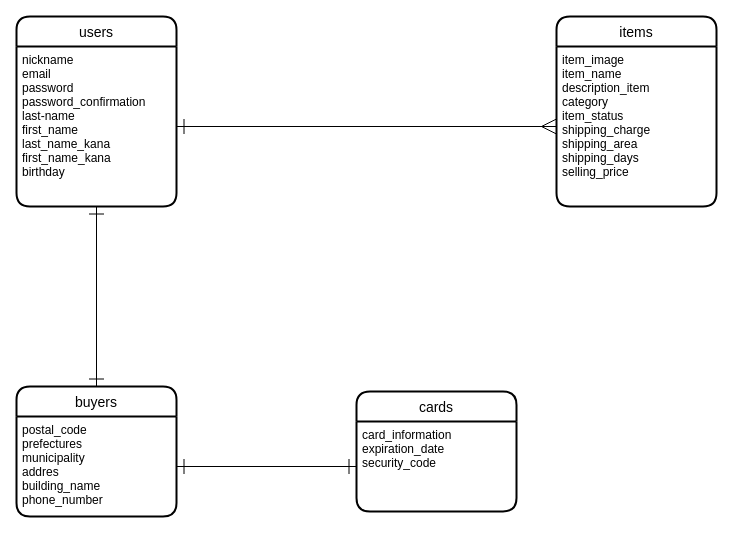
Before: furima-35215.dio in bkrcap/furima-35215, a draw.io diagram. Source tidied: cells renumbered, new cells numbered last; positions are measured from the earlier drawing's top-left corner, leaving out a move shared by most shapes. Both pictures are drawn from the tidied source at 100%, with x=0, y=0 at pixel (16, 16).
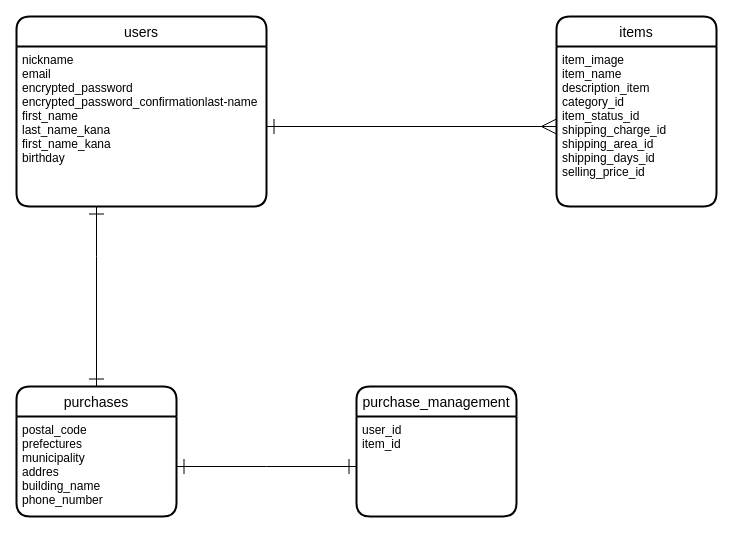
Above is the later version.

Commit message (it also covers changes not shown here):
購入管理テーブルにアソシエーション追加、及びER図に追加

Change to the diagram source:
```diff
@@
 <mxGraphModel>
   <root>
     <mxCell id="0" />
     <mxCell id="1" parent="0" />
     <mxCell id="2" value="users" style="swimlane;horizontal=1;startSize=30;rounded=1;fontSize=14;fontStyle=0;strokeWidth=2;shadow=0;dashed=0;align=center;" parent="1" vertex="1">
-      <mxGeometry width="160" height="190" as="geometry" />
+      <mxGeometry width="250" height="190" as="geometry" />
     </mxCell>
-    <mxCell id="3" value="nickname&#10;email&#10;password&#10;password_confirmation&#10;last-name&#10;first_name&#10;last_name_kana&#10;first_name_kana&#10;birthday" style="align=left;strokeColor=none;fillColor=none;spacingLeft=4;fontSize=12;verticalAlign=top;" parent="2" vertex="1">
-      <mxGeometry y="30" width="160" height="160" as="geometry" />
+    <mxCell id="3" value="nickname&#10;email&#10;encrypted_password&#10;encrypted_password_confirmationlast-name&#10;first_name&#10;last_name_kana&#10;first_name_kana&#10;birthday" style="align=left;strokeColor=none;fillColor=none;spacingLeft=4;fontSize=12;verticalAlign=top;" parent="2" vertex="1">
+      <mxGeometry y="30" width="250" height="160" as="geometry" />
     </mxCell>
     <mxCell id="4" value="items" style="swimlane;horizontal=1;startSize=30;rounded=1;fontSize=14;fontStyle=0;strokeWidth=2;shadow=0;dashed=0;align=center;" parent="1" vertex="1">
       <mxGeometry x="540" width="160" height="190" as="geometry" />
     </mxCell>
-    <mxCell id="5" value="item_image&#10;item_name&#10;description_item&#10;category&#10;item_status&#10;shipping_charge&#10;shipping_area&#10;shipping_days&#10;selling_price" style="align=left;strokeColor=none;fillColor=none;spacingLeft=4;fontSize=12;verticalAlign=top;" parent="4" vertex="1">
+    <mxCell id="5" value="item_image&#10;item_name&#10;description_item&#10;category_id&#10;item_status_id&#10;shipping_charge_id&#10;shipping_area_id&#10;shipping_days_id&#10;selling_price_id" style="align=left;strokeColor=none;fillColor=none;spacingLeft=4;fontSize=12;verticalAlign=top;" parent="4" vertex="1">
       <mxGeometry y="30" width="160" height="160" as="geometry" />
     </mxCell>
-    <mxCell id="6" value="buyers" style="swimlane;horizontal=1;startSize=30;rounded=1;fontSize=14;fontStyle=0;strokeWidth=2;shadow=0;dashed=0;align=center;" parent="1" vertex="1">
+    <mxCell id="6" value="purchases" style="swimlane;horizontal=1;startSize=30;rounded=1;fontSize=14;fontStyle=0;strokeWidth=2;shadow=0;dashed=0;align=center;" parent="1" vertex="1">
       <mxGeometry y="370" width="160" height="130" as="geometry" />
     </mxCell>
     <mxCell id="7" value="postal_code&#10;prefectures&#10;municipality&#10;addres&#10;building_name&#10;phone_number" style="align=left;strokeColor=none;fillColor=none;spacingLeft=4;fontSize=12;verticalAlign=top;" parent="6" vertex="1">
       <mxGeometry y="30" width="160" height="100" as="geometry" />
     </mxCell>
-    <mxCell id="8" value="cards" style="swimlane;horizontal=1;startSize=30;rounded=1;fontSize=14;fontStyle=0;strokeWidth=2;shadow=0;dashed=0;align=center;" parent="1" vertex="1">
-      <mxGeometry x="340" y="375" width="160" height="120" as="geometry" />
-    </mxCell>
-    <mxCell id="9" value="card_information&#10;expiration_date&#10;security_code" style="align=left;strokeColor=none;fillColor=none;spacingLeft=4;fontSize=12;verticalAlign=top;" parent="8" vertex="1">
-      <mxGeometry y="30" width="160" height="90" as="geometry" />
-    </mxCell>
     <mxCell id="10" style="edgeStyle=orthogonalEdgeStyle;rounded=0;jettySize=auto;html=1;entryX=0;entryY=0.5;entryDx=0;entryDy=0;startArrow=ERone;startFill=0;startSize=13;endArrow=ERmany;endFill=0;endSize=13;" parent="1" edge="1" source="3" target="5">
       <mxGeometry relative="1" as="geometry" />
     </mxCell>
     <mxCell id="11" style="edgeStyle=orthogonalEdgeStyle;rounded=0;jettySize=auto;html=1;entryX=0.5;entryY=0;entryDx=0;entryDy=0;startArrow=ERone;startFill=0;startSize=13;endArrow=ERone;endFill=0;endSize=13;" parent="1" edge="1" source="3" target="6">
-      <mxGeometry relative="1" as="geometry" />
+      <mxGeometry relative="1" as="geometry">
+        <Array as="points">
+          <mxPoint x="80" y="240" />
+          <mxPoint x="80" y="240" />
+        </Array>
+      </mxGeometry>
     </mxCell>
-    <mxCell id="12" style="edgeStyle=orthogonalEdgeStyle;rounded=0;jettySize=auto;html=1;entryX=0;entryY=0.5;entryDx=0;entryDy=0;startArrow=ERone;startFill=0;startSize=13;endArrow=ERone;endFill=0;endSize=13;" parent="1" edge="1" source="7" target="9">
-      <mxGeometry relative="1" as="geometry" />
+    <mxCell id="12" style="edgeStyle=orthogonalEdgeStyle;rounded=0;jettySize=auto;html=1;entryX=0;entryY=0.5;entryDx=0;entryDy=0;startArrow=ERone;startFill=0;startSize=13;endArrow=ERone;endFill=0;endSize=13;" parent="1" edge="1" source="7">
+      <mxGeometry relative="1" as="geometry">
+        <mxPoint x="340" y="450" as="targetPoint" />
+      </mxGeometry>
     </mxCell>
+    <mxCell id="13" value="purchase_management" style="swimlane;horizontal=1;startSize=30;rounded=1;fontSize=14;fontStyle=0;strokeWidth=2;shadow=0;dashed=0;align=center;" parent="1" vertex="1">
+      <mxGeometry x="340" y="370" width="160" height="130" as="geometry" />
+    </mxCell>
+    <mxCell id="14" value="user_id&#10;item_id&#10;" style="align=left;strokeColor=none;fillColor=none;spacingLeft=4;fontSize=12;verticalAlign=top;" parent="13" vertex="1">
+      <mxGeometry y="30" width="160" height="100" as="geometry" />
+    </mxCell>
   </root>
 </mxGraphModel>
```
